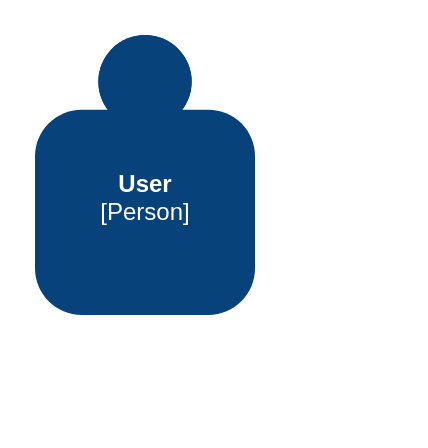
The draw.io diagram page "Context-Diagram" (1 of 3) of C4/C4-Messaging-Module.drawio in HristeaIonut/Morse-Diagrams, before the edit. Source tidied: cells renumbered, new cells numbered last; positions are measured from the earlier drawing's top-left corner, leaving out a move shared by most shapes. Both pictures are drawn from the tidied source at 200%, with x=0, y=0 at pixel (34, 34).
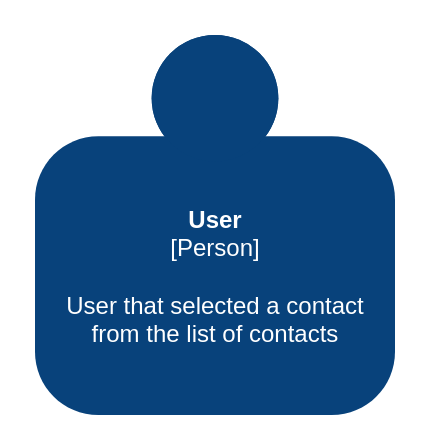
The same diagram, later.

Change to the diagram source:
```diff
@@
 <mxGraphModel>
   <root>
     <mxCell id="0" />
     <mxCell id="1" parent="0" />
-    <object id="2" label="&lt;b&gt;%c4Name%&lt;/b&gt;&lt;div&gt;[%c4Type%]&lt;/div&gt;&lt;br&gt;&lt;div&gt;%c4Description%&lt;/div&gt;" c4Description="" c4Name="User" c4Type="Person" placeholders="1">
+    <object id="2" label="&lt;b&gt;%c4Name%&lt;/b&gt;&lt;div&gt;[%c4Type%]&lt;/div&gt;&lt;br&gt;&lt;div&gt;%c4Description%&lt;/div&gt;" c4Description="User that selected a contact &#10;from the list of contacts" c4Name="User" c4Type="Person" placeholders="1">
       <mxCell style="html=1;dashed=0;whitespace=wrap;fillColor=#08427b;strokeColor=none;fontColor=#ffffff;shape=mxgraph.c4.person;align=center;metaData={&quot;c4Type&quot;:{&quot;editable&quot;:false}};" parent="1" vertex="1">
-        <mxGeometry width="110" height="140" as="geometry" />
+        <mxGeometry width="180" height="190" as="geometry" />
       </mxCell>
     </object>
   </root>
 </mxGraphModel>
```
